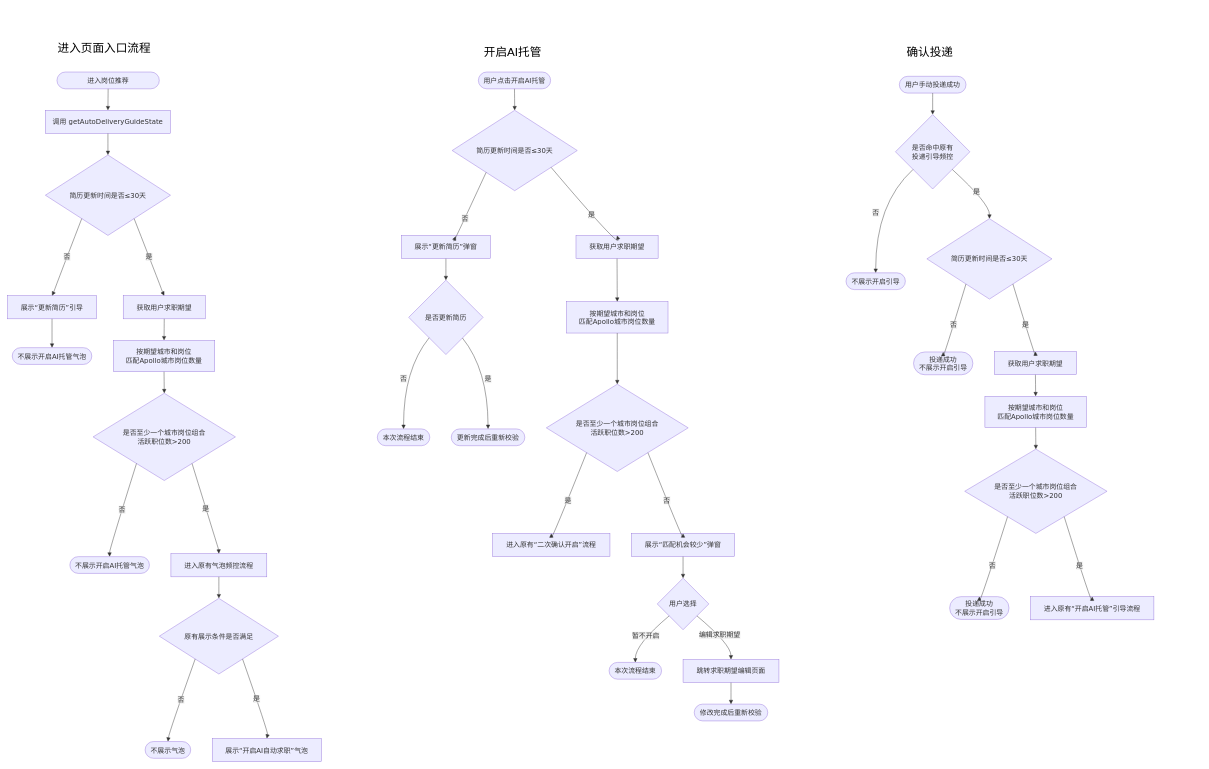
Before: 自动投递流程图.drawio in Eiji1422/diagrams, a draw.io diagram. Source tidied: cells renumbered, new cells numbered last; positions are measured from the earlier drawing's top-left corner, leaving out a move shared by most shapes. Both pictures are drawn from the tidied source at 43%, with x=0, y=0 at pixel (7, 7).
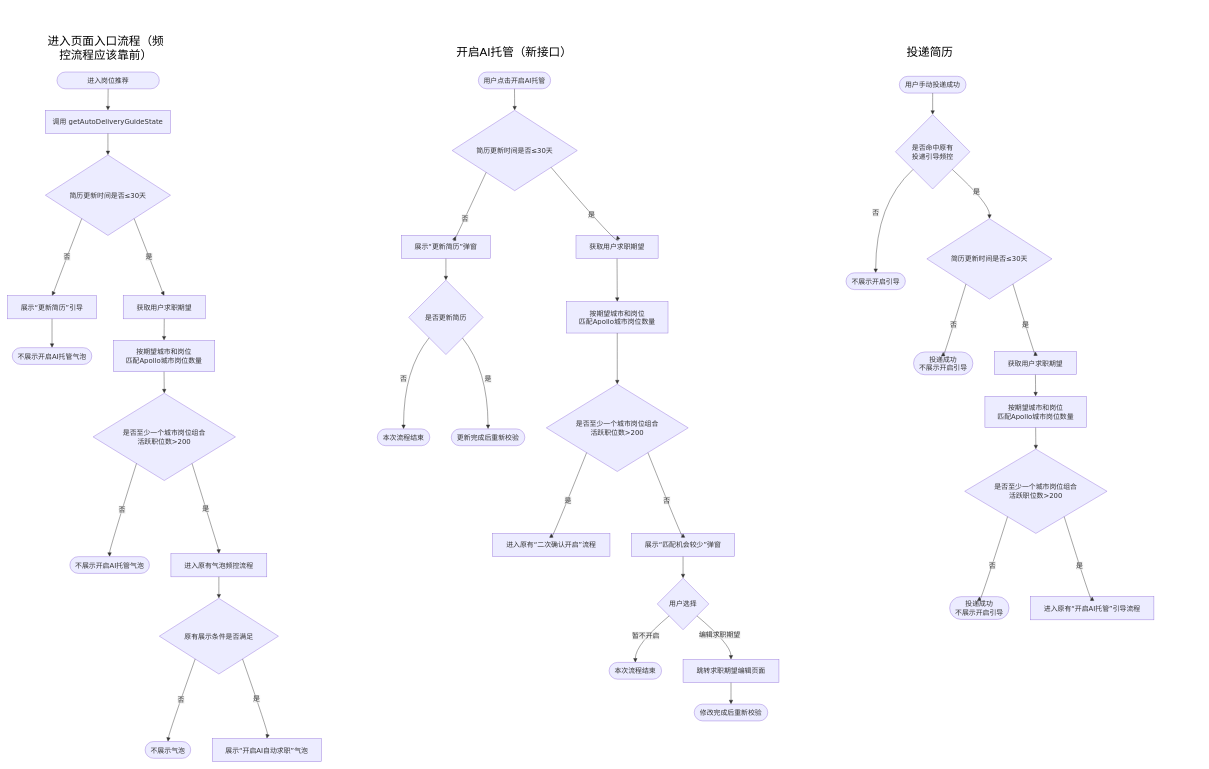
The same page after the edit.

Commit message:
更新自动投递流程图.drawio

What changed in the source:
```diff
@@
-    <mxCell id="2" value="&lt;font style=&quot;font-size: 27px;&quot;&gt;进入页面入口流程&lt;/font&gt;" style="text;html=1;whiteSpace=wrap;strokeColor=none;fillColor=none;align=center;verticalAlign=middle;rounded=0;" parent="1" vertex="1">
-      <mxGeometry x="90" y="80" width="270" height="30" as="geometry" />
+    <mxCell id="2" value="&lt;font style=&quot;font-size: 27px;&quot;&gt;进入页面入口流程（频控流程应该靠前）&lt;/font&gt;" style="text;html=1;whiteSpace=wrap;strokeColor=none;fillColor=none;align=center;verticalAlign=middle;rounded=0;" parent="1" vertex="1">
+      <mxGeometry x="90" y="80" width="277" height="30" as="geometry" />
     </mxCell>
@@
-    <mxCell id="29" value="&lt;font style=&quot;font-size: 27px;&quot;&gt;开启AI托管&lt;/font&gt;" style="text;html=1;whiteSpace=wrap;strokeColor=none;fillColor=none;align=center;verticalAlign=middle;rounded=0;" parent="1" vertex="1">
-      <mxGeometry x="1040" y="90" width="270" height="30" as="geometry" />
+    <mxCell id="29" value="&lt;font style=&quot;font-size: 27px;&quot;&gt;开启AI托管（新接口）&lt;/font&gt;" style="text;html=1;whiteSpace=wrap;strokeColor=none;fillColor=none;align=center;verticalAlign=middle;rounded=0;" parent="1" vertex="1">
+      <mxGeometry x="1040" y="90" width="277" height="30" as="geometry" />
     </mxCell>
@@
-    <mxCell id="60" value="&lt;span style=&quot;font-size: 27px;&quot;&gt;确认投递&lt;/span&gt;" style="text;html=1;whiteSpace=wrap;strokeColor=none;fillColor=none;align=center;verticalAlign=middle;rounded=0;" parent="1" vertex="1">
+    <mxCell id="60" value="&lt;span style=&quot;font-size: 27px;&quot;&gt;投递简历&lt;/span&gt;" style="text;html=1;whiteSpace=wrap;strokeColor=none;fillColor=none;align=center;verticalAlign=middle;rounded=0;" parent="1" vertex="1">
       <mxGeometry x="2010" y="90" width="270" height="30" as="geometry" />
     </mxCell>
```
